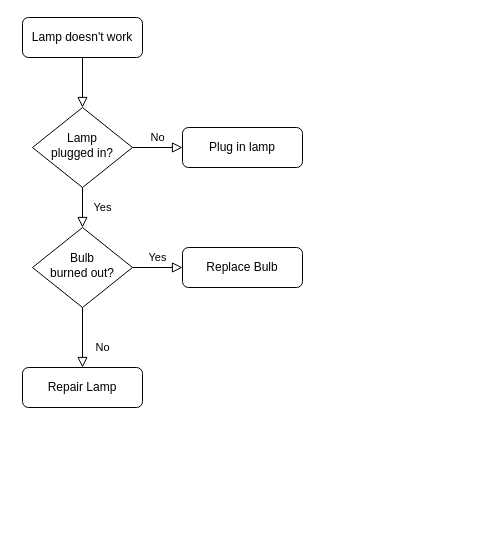
Earlier version of the draw.io diagram Diagramma senza titolo.drawio (MehVahdJukaar/flowchart). Source tidied: cells renumbered, new cells numbered last; positions are measured from the earlier drawing's top-left corner, leaving out a move shared by most shapes. Both pictures are drawn from the tidied source at 100%, with x=0, y=0 at pixel (22, 17).
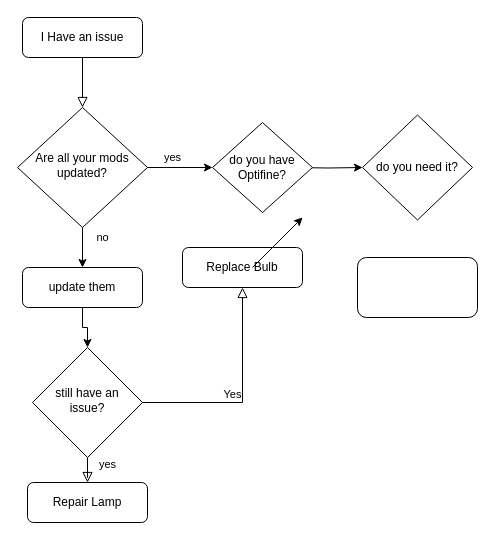
After the change.

The edit, as a diff of the source:
```diff
@@
-    <mxCell id="3" value="Lamp doesn't work" style="rounded=1;whiteSpace=wrap;html=1;fontSize=12;glass=0;strokeWidth=1;shadow=0;" parent="1" vertex="1">
+    <mxCell id="3" value="I Have an issue" style="rounded=1;whiteSpace=wrap;html=1;fontSize=12;glass=0;strokeWidth=1;shadow=0;" parent="1" vertex="1">
       <mxGeometry width="120" height="40" as="geometry" />
     </mxCell>
-    <mxCell id="4" value="Yes" style="rounded=0;html=1;jettySize=auto;fontSize=11;endArrow=block;endFill=0;endSize=8;strokeWidth=1;shadow=0;labelBackgroundColor=none;edgeStyle=orthogonalEdgeStyle;" parent="1" edge="1" source="6" target="10">
-      <mxGeometry y="20" relative="1" as="geometry" />
-    </mxCell>
-    <mxCell id="5" value="No" style="edgeStyle=orthogonalEdgeStyle;rounded=0;html=1;jettySize=auto;fontSize=11;endArrow=block;endFill=0;endSize=8;strokeWidth=1;shadow=0;labelBackgroundColor=none;" parent="1" edge="1" source="6" target="7">
-      <mxGeometry y="10" relative="1" as="geometry" />
-    </mxCell>
+    <mxCell id="13" value="no" style="edgeStyle=orthogonalEdgeStyle;rounded=0;jettySize=auto;html=1;" parent="1" edge="1" source="6" target="19">
+      <mxGeometry x="-0.5" y="20" relative="1" as="geometry" />
+    </mxCell>
+    <mxCell id="14" value="yes" style="edgeStyle=orthogonalEdgeStyle;rounded=0;jettySize=auto;html=1;" parent="1" edge="1" source="6" target="20">
+      <mxGeometry x="-0.23" y="10" relative="1" as="geometry" />
+    </mxCell>
-    <mxCell id="6" value="Lamp&lt;br&gt;plugged in?" style="rhombus;whiteSpace=wrap;html=1;shadow=0;fontFamily=Helvetica;fontSize=12;align=center;strokeWidth=1;spacing=6;spacingTop=-4;" parent="1" vertex="1">
-      <mxGeometry x="10" y="90" width="100" height="80" as="geometry" />
+    <mxCell id="6" value="Are all your mods updated?" style="rhombus;whiteSpace=wrap;html=1;shadow=0;fontFamily=Helvetica;fontSize=12;align=center;strokeWidth=1;spacing=6;spacingTop=-4;" parent="1" vertex="1">
+      <mxGeometry x="-5" y="90" width="130" height="120" as="geometry" />
     </mxCell>
-    <mxCell id="7" value="Plug in lamp" style="rounded=1;whiteSpace=wrap;html=1;fontSize=12;glass=0;strokeWidth=1;shadow=0;" parent="1" vertex="1">
-      <mxGeometry x="160" y="110" width="120" height="40" as="geometry" />
-    </mxCell>
+    <mxCell id="15" style="edgeStyle=orthogonalEdgeStyle;rounded=0;jettySize=auto;html=1;" parent="1" edge="1" target="16">
+      <mxGeometry relative="1" as="geometry">
+        <mxPoint x="270" y="150" as="sourcePoint" />
+      </mxGeometry>
+    </mxCell>
-    <mxCell id="8" value="No" style="rounded=0;html=1;jettySize=auto;fontSize=11;endArrow=block;endFill=0;endSize=8;strokeWidth=1;shadow=0;labelBackgroundColor=none;edgeStyle=orthogonalEdgeStyle;" parent="1" edge="1" source="10" target="11">
+    <mxCell id="8" value="yes" style="rounded=0;html=1;jettySize=auto;fontSize=11;endArrow=block;endFill=0;endSize=8;strokeWidth=1;shadow=0;labelBackgroundColor=none;edgeStyle=orthogonalEdgeStyle;" parent="1" edge="1" source="10" target="11">
       <mxGeometry x="0.33" y="20" relative="1" as="geometry" />
     </mxCell>
@@
-    <mxCell id="10" value="Bulb&lt;br&gt;burned out?" style="rhombus;whiteSpace=wrap;html=1;shadow=0;fontFamily=Helvetica;fontSize=12;align=center;strokeWidth=1;spacing=6;spacingTop=-4;" parent="1" vertex="1">
-      <mxGeometry x="10" y="210" width="100" height="80" as="geometry" />
+    <mxCell id="10" value="still have an issue?" style="rhombus;whiteSpace=wrap;html=1;shadow=0;fontFamily=Helvetica;fontSize=12;align=center;strokeWidth=1;spacing=6;spacingTop=-4;" parent="1" vertex="1">
+      <mxGeometry x="10" y="330" width="110" height="110" as="geometry" />
     </mxCell>
     <mxCell id="11" value="Repair Lamp" style="rounded=1;whiteSpace=wrap;html=1;fontSize=12;glass=0;strokeWidth=1;shadow=0;" parent="1" vertex="1">
-      <mxGeometry y="350" width="120" height="40" as="geometry" />
+      <mxGeometry x="5" y="465" width="120" height="40" as="geometry" />
     </mxCell>
@@
+    <mxCell id="16" value="do you need it?" style="rhombus;whiteSpace=wrap;html=1;" parent="1" vertex="1">
+      <mxGeometry x="340" y="97.5" width="110" height="105" as="geometry" />
+    </mxCell>
+    <mxCell id="17" style="endArrow=classic;html=1;rounded=0;" parent="1" edge="1">
+      <mxGeometry relative="1" as="geometry">
+        <mxPoint x="230" y="250" as="sourcePoint" />
+        <mxPoint x="280" y="200" as="targetPoint" />
+      </mxGeometry>
+    </mxCell>
+    <mxCell id="18" style="edgeStyle=orthogonalEdgeStyle;rounded=0;jettySize=auto;html=1;" parent="1" edge="1" source="19" target="10">
+      <mxGeometry relative="1" as="geometry" />
+    </mxCell>
+    <mxCell id="19" value="update them" style="rounded=1;whiteSpace=wrap;html=1;fontSize=12;glass=0;strokeWidth=1;shadow=0;" parent="1" vertex="1">
+      <mxGeometry y="250" width="120" height="40" as="geometry" />
+    </mxCell>
+    <mxCell id="20" value="do you have Optifine?" style="rhombus;whiteSpace=wrap;html=1;" parent="1" vertex="1">
+      <mxGeometry x="190" y="105" width="100" height="90" as="geometry" />
+    </mxCell>
+    <mxCell id="21" style="rounded=1;whiteSpace=wrap;html=1;" parent="1" vertex="1">
+      <mxGeometry x="335" y="240" width="120" height="60" as="geometry" />
+    </mxCell>
```
